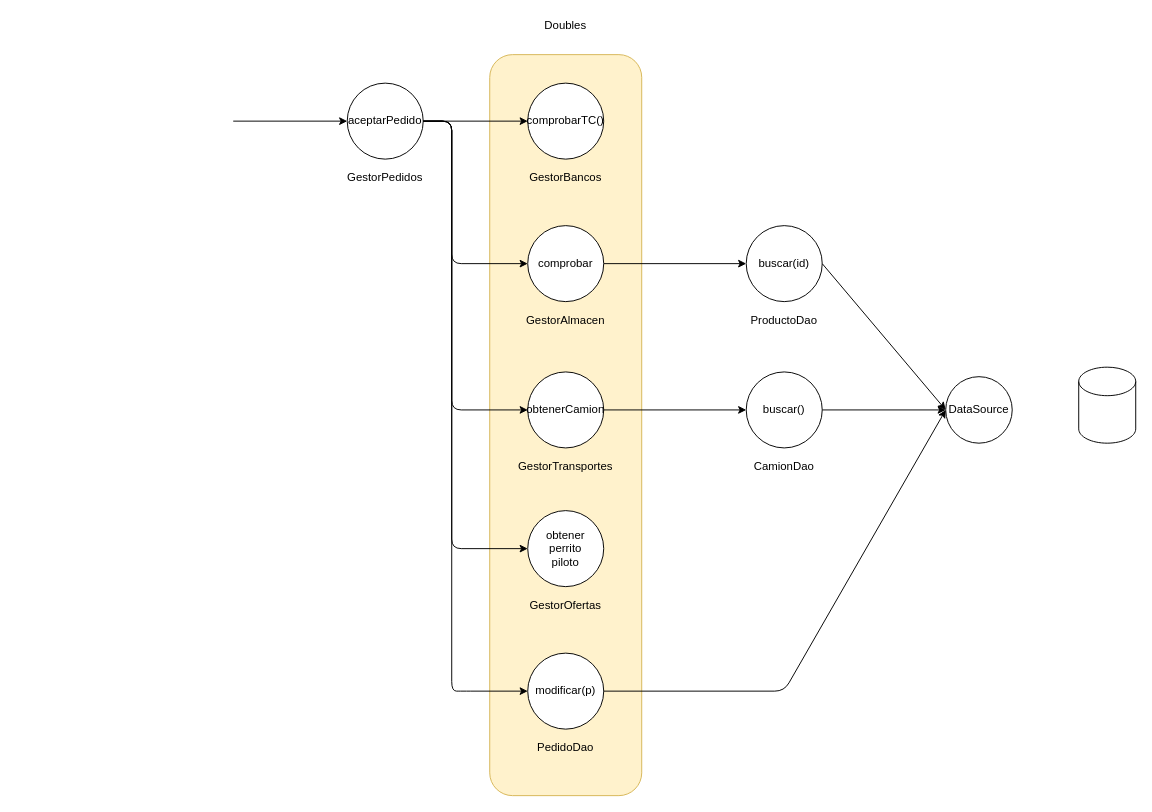
lrag/TDD keeps this draw.io diagram as page "Página-6" (5 of 12) of tdd.drawio. Above is the earlier version. Source tidied: cells renumbered, new cells numbered last; positions are measured from the earlier drawing's top-left corner, leaving out a move shared by most shapes. Both pictures are drawn from the tidied source at 95%, with x=0, y=0 at pixel (233, 16).
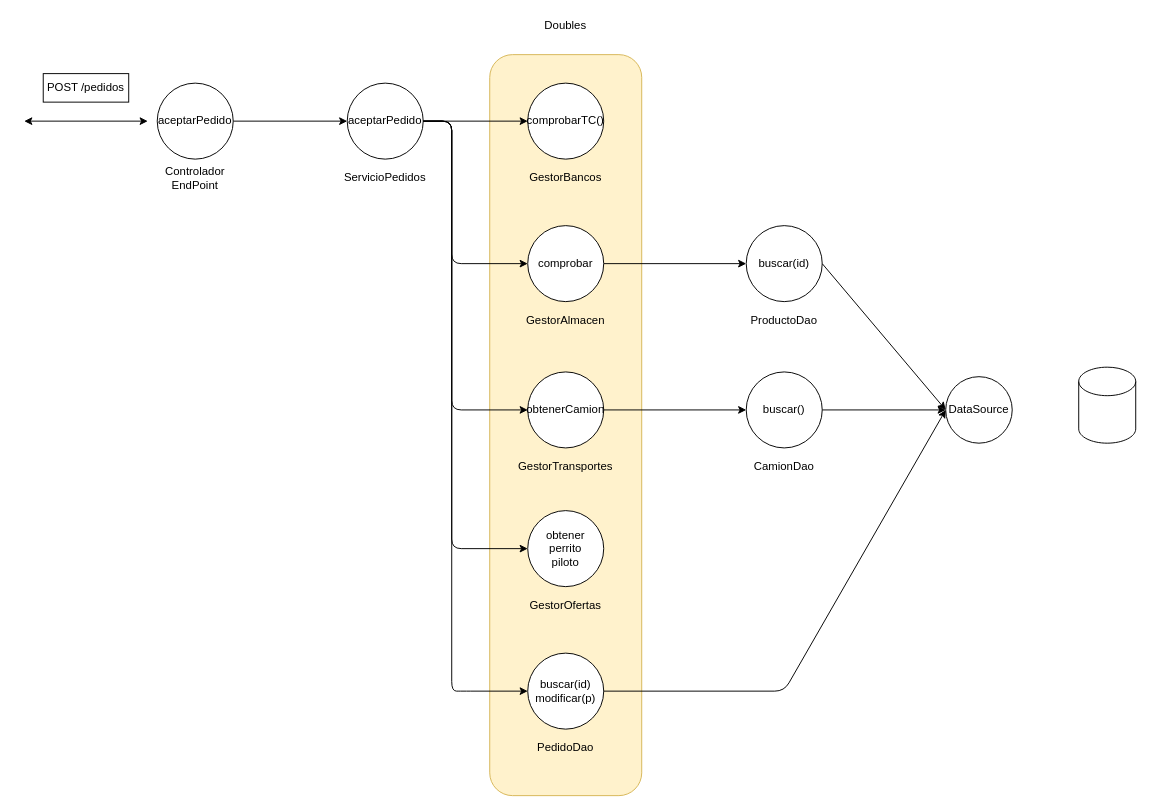
Above is the later version.

Diff of the diagram source:
```diff
@@
-    <mxCell id="5" value="GestorPedidos" style="text;html=1;strokeColor=none;fillColor=none;align=center;verticalAlign=middle;whiteSpace=wrap;rounded=0;" parent="1" vertex="1">
+    <mxCell id="5" value="ServicioPedidos" style="text;html=1;strokeColor=none;fillColor=none;align=center;verticalAlign=middle;whiteSpace=wrap;rounded=0;" parent="1" vertex="1">
       <mxGeometry x="140" y="160" width="40" height="20" as="geometry" />
     </mxCell>
@@
-    <mxCell id="15" value="modificar(p)" style="ellipse;whiteSpace=wrap;html=1;fillColor=#ffffff;" parent="1" vertex="1">
+    <mxCell id="15" value="buscar(id)&lt;br&gt;modificar(p)" style="ellipse;whiteSpace=wrap;html=1;fillColor=#ffffff;" parent="1" vertex="1">
       <mxGeometry x="310" y="670" width="80" height="80" as="geometry" />
     </mxCell>
@@
+    <mxCell id="33" value="aceptarPedido" style="ellipse;whiteSpace=wrap;html=1;fillColor=#ffffff;" parent="1" vertex="1">
+      <mxGeometry x="-80" y="70" width="80" height="80" as="geometry" />
+    </mxCell>
+    <mxCell id="34" value="Controlador&lt;br&gt;EndPoint" style="text;html=1;strokeColor=none;fillColor=none;align=center;verticalAlign=middle;whiteSpace=wrap;rounded=0;" parent="1" vertex="1">
+      <mxGeometry x="-60" y="160" width="40" height="20" as="geometry" />
+    </mxCell>
+    <mxCell id="35" style="endArrow=classic;startArrow=classic;html=1;rounded=0;" parent="1" edge="1">
+      <mxGeometry relative="1" as="geometry">
+        <mxPoint x="-220" y="110" as="sourcePoint" />
+        <mxPoint x="-90" y="110" as="targetPoint" />
+      </mxGeometry>
+    </mxCell>
+    <mxCell id="36" value="POST /pedidos" style="rounded=0;whiteSpace=wrap;html=1;" parent="1" vertex="1">
+      <mxGeometry x="-200" y="60" width="90" height="30" as="geometry" />
+    </mxCell>
```
